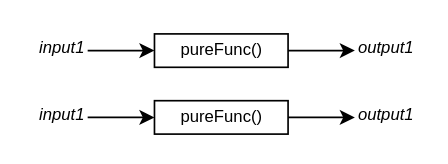
panzerdp/dmitripavlutin.com keeps this draw.io diagram as page "pure" (1 of 4) of posts/177-pure-function/diagrams/diagram.drawio. Above is the earlier version. Source tidied: cells renumbered, new cells numbered last; positions are measured from the earlier drawing's top-left corner, leaving out a move shared by most shapes. Both pictures are drawn from the tidied source at 167%, with x=0, y=0 at pixel (28, 28).
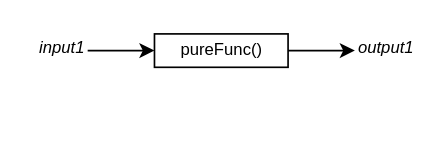
The same page after the edit.

Diff of the diagram source:
```diff
@@
 <mxGraphModel>
   <root>
     <mxCell id="0" />
     <mxCell id="1" parent="0" />
     <mxCell id="2" style="rounded=0;whiteSpace=wrap;html=1;" parent="1" vertex="1">
       <mxGeometry x="75" y="2.8" width="80" height="20" as="geometry" />
     </mxCell>
     <mxCell id="3" value="pureFunc()" style="text;html=1;strokeColor=none;fillColor=none;align=center;verticalAlign=middle;whiteSpace=wrap;rounded=0;fontSize=10;" parent="1" vertex="1">
       <mxGeometry x="82.5" y="6.9" width="65" height="10.8" as="geometry" />
     </mxCell>
     <mxCell id="4" style="endArrow=classic;html=1;entryX=0;entryY=0.5;entryDx=0;entryDy=0;" parent="1" edge="1" target="2">
       <mxGeometry relative="1" as="geometry">
         <mxPoint x="35" y="12.8" as="sourcePoint" />
       </mxGeometry>
     </mxCell>
     <mxCell id="5" style="endArrow=classic;html=1;" parent="1" edge="1">
       <mxGeometry relative="1" as="geometry">
         <mxPoint x="155" y="12.8" as="sourcePoint" />
         <mxPoint x="195" y="12.8" as="targetPoint" />
       </mxGeometry>
     </mxCell>
     <mxCell id="6" value="input1" style="text;html=1;strokeColor=none;fillColor=none;align=center;verticalAlign=middle;whiteSpace=wrap;rounded=0;fontSize=10;fontStyle=2;" parent="1" vertex="1">
       <mxGeometry width="40" height="22.5" as="geometry" />
     </mxCell>
     <mxCell id="7" value="output1" style="text;html=1;strokeColor=none;fillColor=none;align=center;verticalAlign=middle;whiteSpace=wrap;rounded=0;fontSize=10;fontStyle=2;" parent="1" vertex="1">
       <mxGeometry x="194" width="40" height="22.5" as="geometry" />
     </mxCell>
-    <mxCell id="8" style="rounded=0;whiteSpace=wrap;html=1;" parent="1" vertex="1">
-      <mxGeometry x="75" y="42.8" width="80" height="20" as="geometry" />
-    </mxCell>
-    <mxCell id="9" value="pureFunc()" style="text;html=1;strokeColor=none;fillColor=none;align=center;verticalAlign=middle;whiteSpace=wrap;rounded=0;fontSize=10;" parent="1" vertex="1">
-      <mxGeometry x="82.5" y="46.9" width="65" height="10.8" as="geometry" />
-    </mxCell>
-    <mxCell id="10" style="endArrow=classic;html=1;entryX=0;entryY=0.5;entryDx=0;entryDy=0;" parent="1" edge="1" target="8">
-      <mxGeometry relative="1" as="geometry">
-        <mxPoint x="35" y="52.8" as="sourcePoint" />
-      </mxGeometry>
-    </mxCell>
-    <mxCell id="11" style="endArrow=classic;html=1;" parent="1" edge="1">
-      <mxGeometry relative="1" as="geometry">
-        <mxPoint x="155" y="52.8" as="sourcePoint" />
-        <mxPoint x="195" y="52.8" as="targetPoint" />
-      </mxGeometry>
-    </mxCell>
-    <mxCell id="12" value="input1" style="text;html=1;strokeColor=none;fillColor=none;align=center;verticalAlign=middle;whiteSpace=wrap;rounded=0;fontSize=10;fontStyle=2;" parent="1" vertex="1">
-      <mxGeometry y="40" width="40" height="22.5" as="geometry" />
-    </mxCell>
-    <mxCell id="13" value="output1" style="text;html=1;strokeColor=none;fillColor=none;align=center;verticalAlign=middle;whiteSpace=wrap;rounded=0;fontSize=10;fontStyle=2;" parent="1" vertex="1">
-      <mxGeometry x="194" y="40" width="40" height="22.5" as="geometry" />
-    </mxCell>
   </root>
 </mxGraphModel>
```
